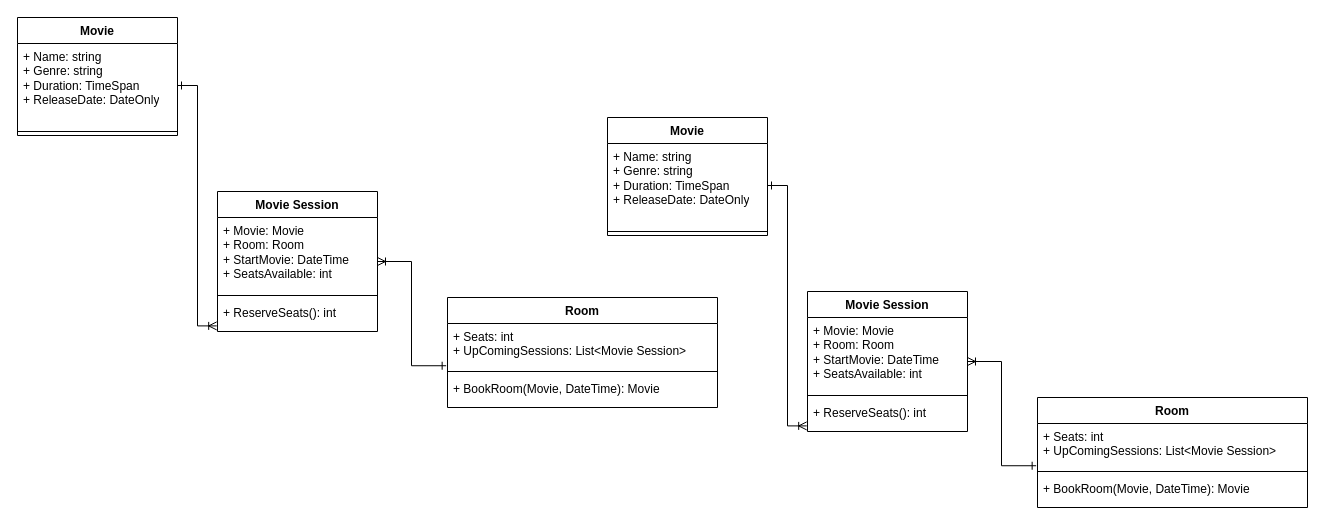
Earlier version of the draw.io diagram Dev_connect.drawio (Mateus2611/DevConnect). Source tidied: cells renumbered, new cells numbered last; positions are measured from the earlier drawing's top-left corner, leaving out a move shared by most shapes. Both pictures are drawn from the tidied source at 100%, with x=0, y=0 at pixel (17, 17).
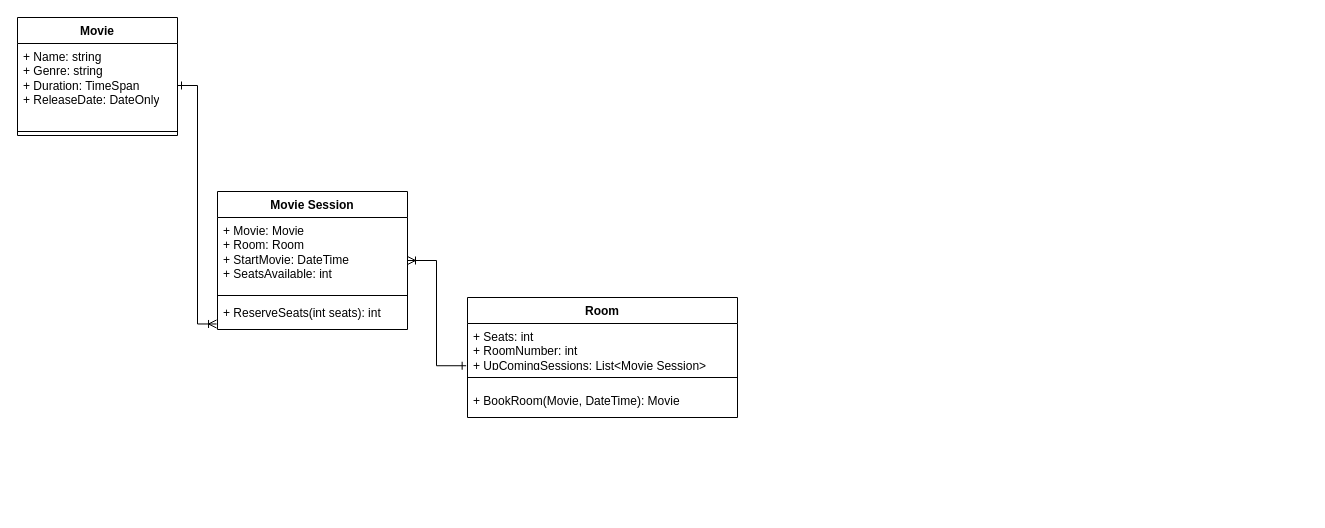
Above is the later version.

Commit message (it also covers changes not shown here):
Implementando classes MovieSession e Room do UML

Change to the diagram source:
```diff
@@
     <mxCell id="2" value="Room" style="swimlane;fontStyle=1;align=center;verticalAlign=top;horizontal=1;startSize=26;whiteSpace=wrap;html=1;" parent="1" vertex="1">
-      <mxGeometry x="430" y="280" width="270" height="110" as="geometry" />
+      <mxGeometry x="450" y="280" width="270" height="120" as="geometry" />
     </mxCell>
-    <mxCell id="3" value="+ Seats: int&lt;div&gt;+ UpComingSessions: List&amp;lt;Movie Session&amp;gt;&lt;/div&gt;&lt;div&gt;&lt;br&gt;&lt;/div&gt;" style="text;strokeColor=none;fillColor=none;align=left;verticalAlign=top;spacingLeft=4;spacingRight=4;overflow=hidden;points=[[0,0.5],[1,0.5]];portConstraint=eastwest;whiteSpace=wrap;html=1;" parent="2" vertex="1">
+    <mxCell id="3" value="+ Seats: int&lt;br&gt;+ RoomNumber: int&lt;br&gt;&lt;div&gt;+ UpComingSessions: List&amp;lt;Movie Session&amp;gt;&lt;/div&gt;&lt;div&gt;&lt;br&gt;&lt;/div&gt;" style="text;strokeColor=none;fillColor=none;align=left;verticalAlign=top;spacingLeft=4;spacingRight=4;overflow=hidden;points=[[0,0.5],[1,0.5]];portConstraint=eastwest;whiteSpace=wrap;html=1;" parent="2" vertex="1">
       <mxGeometry y="26" width="270" height="44" as="geometry" />
     </mxCell>
     <mxCell id="4" style="line;strokeWidth=1;fillColor=none;align=left;verticalAlign=middle;spacingTop=-1;spacingLeft=3;spacingRight=3;labelPosition=right;strokeColor=inherit;" parent="2" vertex="1">
-      <mxGeometry y="70" width="270" height="8" as="geometry" />
+      <mxGeometry y="70" width="270" height="20" as="geometry" />
     </mxCell>
     <mxCell id="5" value="&lt;div&gt;&lt;span style=&quot;background-color: initial;&quot;&gt;+ BookRoom(Movie, DateTime): Movie&lt;/span&gt;&lt;/div&gt;" style="text;strokeColor=none;fillColor=none;align=left;verticalAlign=top;spacingLeft=4;spacingRight=4;overflow=hidden;whiteSpace=wrap;html=1;" parent="2" vertex="1">
-      <mxGeometry y="78" width="270" height="32" as="geometry" />
+      <mxGeometry y="90" width="270" height="30" as="geometry" />
     </mxCell>
@@
     <mxCell id="11" value="Movie&amp;nbsp;Session" style="swimlane;fontStyle=1;align=center;verticalAlign=top;horizontal=1;startSize=26;whiteSpace=wrap;html=1;" parent="1" vertex="1">
-      <mxGeometry x="200" y="174" width="160" height="140" as="geometry" />
+      <mxGeometry x="200" y="174" width="190" height="138" as="geometry" />
     </mxCell>
     <mxCell id="12" value="+ Movie: Movie&lt;div&gt;+ Room: Room&lt;/div&gt;&lt;div&gt;+ StartMovie: DateTime&lt;/div&gt;&lt;div&gt;+ SeatsAvailable: int&lt;/div&gt;" style="text;strokeColor=none;fillColor=none;align=left;verticalAlign=top;spacingLeft=4;spacingRight=4;overflow=hidden;whiteSpace=wrap;html=1;" parent="11" vertex="1">
-      <mxGeometry y="26" width="160" height="74" as="geometry" />
+      <mxGeometry y="26" width="190" height="74" as="geometry" />
     </mxCell>
     <mxCell id="13" style="line;strokeWidth=1;fillColor=none;align=left;verticalAlign=middle;spacingTop=-1;spacingLeft=3;spacingRight=3;labelPosition=right;strokeColor=inherit;" parent="11" vertex="1">
-      <mxGeometry y="100" width="160" height="8" as="geometry" />
+      <mxGeometry y="100" width="190" height="8" as="geometry" />
     </mxCell>
-    <mxCell id="14" value="+ ReserveSeats(): int&lt;div&gt;&lt;br&gt;&lt;/div&gt;" style="text;strokeColor=none;fillColor=none;align=left;verticalAlign=top;spacingLeft=4;spacingRight=4;overflow=hidden;whiteSpace=wrap;html=1;" parent="11" vertex="1">
-      <mxGeometry y="108" width="160" height="32" as="geometry" />
+    <mxCell id="14" value="+ ReserveSeats(int seats): int&lt;div&gt;&lt;br&gt;&lt;/div&gt;" style="text;strokeColor=none;fillColor=none;align=left;verticalAlign=top;spacingLeft=4;spacingRight=4;overflow=hidden;whiteSpace=wrap;html=1;" parent="11" vertex="1">
+      <mxGeometry y="108" width="190" height="30" as="geometry" />
     </mxCell>
-    <mxCell id="15" value="Room" style="swimlane;fontStyle=1;align=center;verticalAlign=top;horizontal=1;startSize=26;whiteSpace=wrap;html=1;" parent="1" vertex="1">
-      <mxGeometry x="1020" y="380" width="270" height="110" as="geometry" />
-    </mxCell>
-    <mxCell id="16" value="+ Seats: int&lt;div&gt;+ UpComingSessions: List&amp;lt;Movie Session&amp;gt;&lt;/div&gt;&lt;div&gt;&lt;br&gt;&lt;/div&gt;" style="text;strokeColor=none;fillColor=none;align=left;verticalAlign=top;spacingLeft=4;spacingRight=4;overflow=hidden;points=[[0,0.5],[1,0.5]];portConstraint=eastwest;whiteSpace=wrap;html=1;" parent="15" vertex="1">
-      <mxGeometry y="26" width="270" height="44" as="geometry" />
-    </mxCell>
-    <mxCell id="17" style="line;strokeWidth=1;fillColor=none;align=left;verticalAlign=middle;spacingTop=-1;spacingLeft=3;spacingRight=3;labelPosition=right;strokeColor=inherit;" parent="15" vertex="1">
-      <mxGeometry y="70" width="270" height="8" as="geometry" />
-    </mxCell>
-    <mxCell id="18" value="&lt;div&gt;&lt;span style=&quot;background-color: initial;&quot;&gt;+ BookRoom(Movie, DateTime): Movie&lt;/span&gt;&lt;/div&gt;" style="text;strokeColor=none;fillColor=none;align=left;verticalAlign=top;spacingLeft=4;spacingRight=4;overflow=hidden;whiteSpace=wrap;html=1;" parent="15" vertex="1">
-      <mxGeometry y="78" width="270" height="32" as="geometry" />
-    </mxCell>
-    <mxCell id="19" value="Movie" style="swimlane;fontStyle=1;align=center;verticalAlign=top;horizontal=1;startSize=26;whiteSpace=wrap;html=1;" parent="1" vertex="1">
-      <mxGeometry x="590" y="100" width="160" height="118" as="geometry" />
-    </mxCell>
-    <mxCell id="20" value="+ Name: string&lt;div&gt;+ Genre: string&lt;br&gt;&lt;/div&gt;&lt;div&gt;+ Duration: TimeSpan&lt;br&gt;&lt;/div&gt;&lt;div&gt;+ ReleaseDate: DateOnly&lt;br&gt;&lt;/div&gt;" style="text;strokeColor=none;fillColor=none;align=left;verticalAlign=top;spacingLeft=4;spacingRight=4;overflow=hidden;points=[[0,0.5],[1,0.5]];portConstraint=eastwest;whiteSpace=wrap;html=1;" parent="19" vertex="1">
-      <mxGeometry y="26" width="160" height="84" as="geometry" />
-    </mxCell>
-    <mxCell id="21" style="line;strokeWidth=1;fillColor=none;align=left;verticalAlign=middle;spacingTop=-1;spacingLeft=3;spacingRight=3;labelPosition=right;strokeColor=inherit;" parent="19" vertex="1">
-      <mxGeometry y="110" width="160" height="8" as="geometry" />
-    </mxCell>
-    <mxCell id="22" style="endArrow=ERone;startArrow=ERoneToMany;html=1;rounded=0;exitX=1;exitY=0.5;exitDx=0;exitDy=0;entryX=-0.005;entryY=0.96;entryDx=0;entryDy=0;entryPerimeter=0;edgeStyle=elbowEdgeStyle;startFill=0;endFill=0;" parent="1" edge="1" source="24" target="16">
-      <mxGeometry relative="1" as="geometry" />
-    </mxCell>
-    <mxCell id="23" style="endArrow=ERoneToMany;startArrow=ERone;html=1;rounded=0;exitX=1;exitY=0.5;exitDx=0;exitDy=0;entryX=-0.005;entryY=0.96;entryDx=0;entryDy=0;entryPerimeter=0;edgeStyle=elbowEdgeStyle;startFill=0;endFill=0;" parent="1" edge="1" source="20" target="24">
-      <mxGeometry relative="1" as="geometry" />
-    </mxCell>
-    <mxCell id="24" value="Movie&amp;nbsp;Session" style="swimlane;fontStyle=1;align=center;verticalAlign=top;horizontal=1;startSize=26;whiteSpace=wrap;html=1;" parent="1" vertex="1">
-      <mxGeometry x="790" y="274" width="160" height="140" as="geometry" />
-    </mxCell>
-    <mxCell id="25" value="+ Movie: Movie&lt;div&gt;+ Room: Room&lt;/div&gt;&lt;div&gt;+ StartMovie: DateTime&lt;/div&gt;&lt;div&gt;+ SeatsAvailable: int&lt;/div&gt;" style="text;strokeColor=none;fillColor=none;align=left;verticalAlign=top;spacingLeft=4;spacingRight=4;overflow=hidden;whiteSpace=wrap;html=1;" parent="24" vertex="1">
-      <mxGeometry y="26" width="160" height="74" as="geometry" />
-    </mxCell>
-    <mxCell id="26" style="line;strokeWidth=1;fillColor=none;align=left;verticalAlign=middle;spacingTop=-1;spacingLeft=3;spacingRight=3;labelPosition=right;strokeColor=inherit;" parent="24" vertex="1">
-      <mxGeometry y="100" width="160" height="8" as="geometry" />
-    </mxCell>
-    <mxCell id="27" value="+ ReserveSeats(): int&lt;div&gt;&lt;br&gt;&lt;/div&gt;" style="text;strokeColor=none;fillColor=none;align=left;verticalAlign=top;spacingLeft=4;spacingRight=4;overflow=hidden;whiteSpace=wrap;html=1;" parent="24" vertex="1">
-      <mxGeometry y="108" width="160" height="32" as="geometry" />
-    </mxCell>
```
